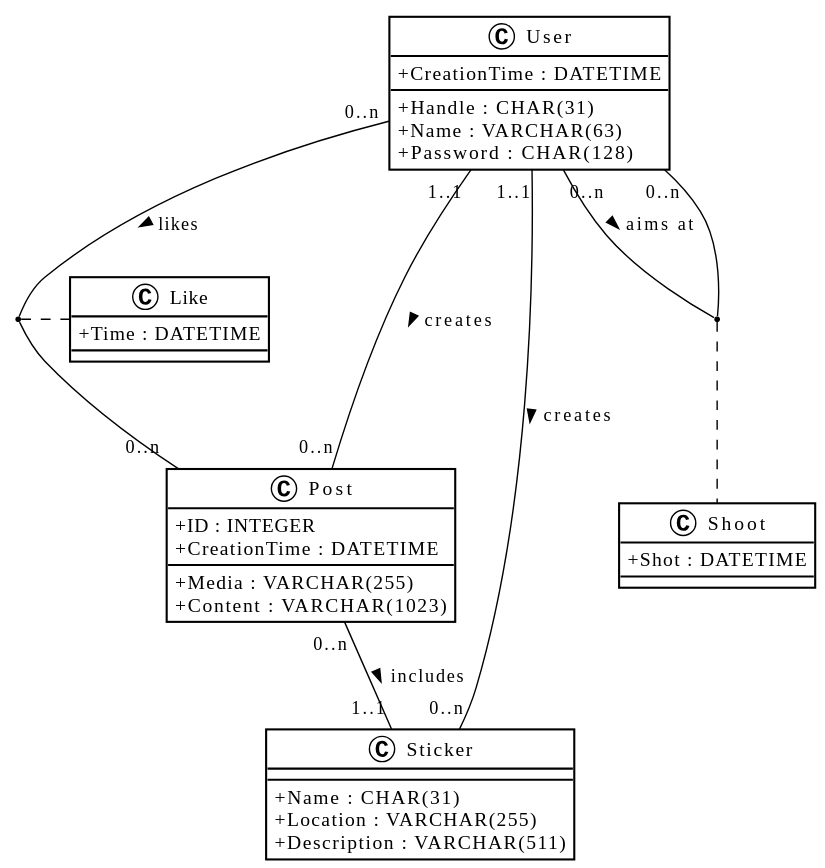
luca-baeck/Soziales-Netzwerk keeps this PlantUML diagram as doc/hiddlestickUML.svg. Above is the earlier version.
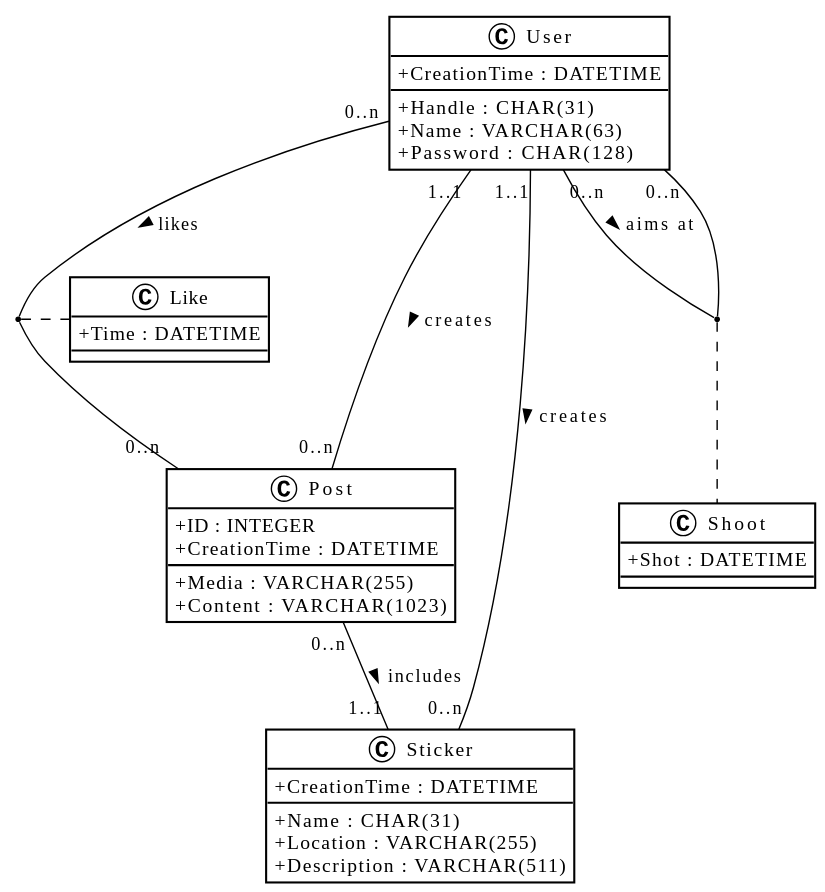
After the change.

Commit message:
Added CreationTime to Sticker

What changed in the source:
```diff
@@ -20,6 +20,7 @@
     + Name : CHAR(31)
     + Location : VARCHAR(255)
     + Description : VARCHAR(511)
+    + CreationTime : DATETIME
 }
 
 User "0..n" -- "0..n" User : aims at >
```
